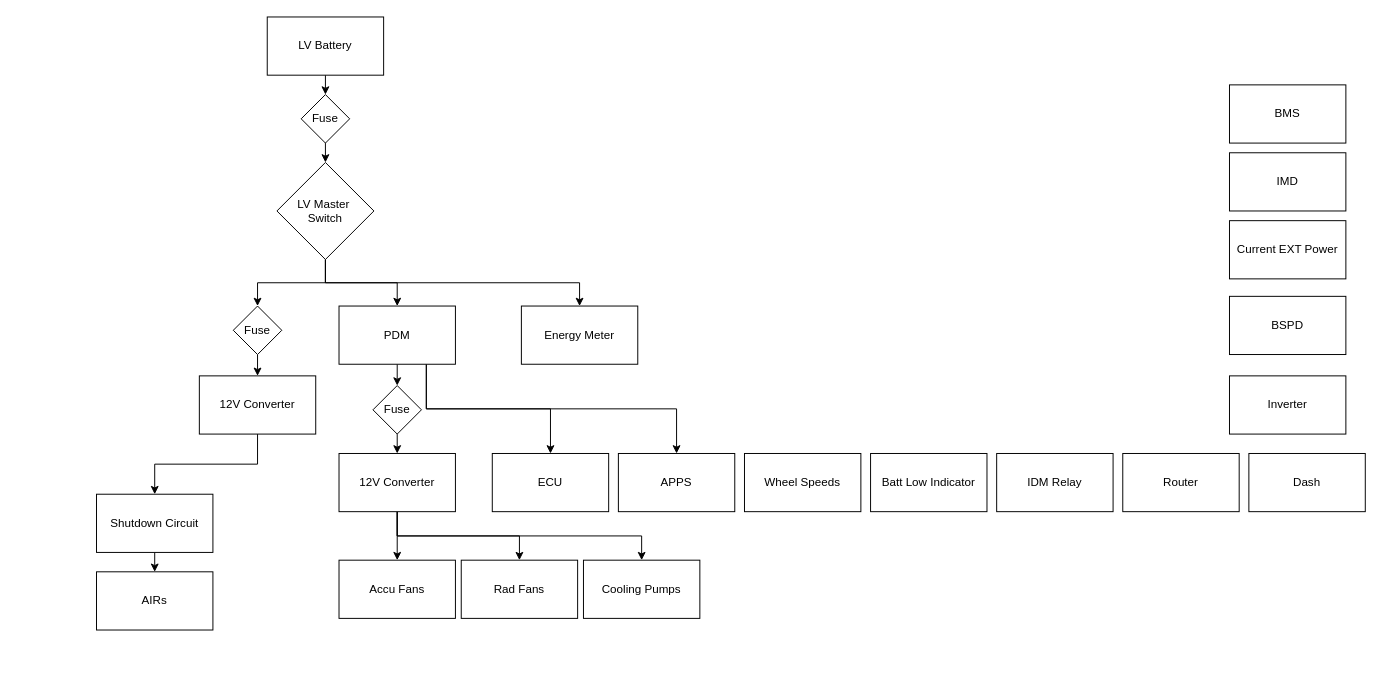
This is page "Power Connections" (1 of 5) of Diagrams/LV_Design.drawio from RensselaerMotorsport/LV, a draw.io file, before an edit. Source tidied: cells renumbered, new cells numbered last; positions are measured from the earlier drawing's top-left corner, leaving out a move shared by most shapes. Both pictures are drawn from the tidied source at 97%, with x=0, y=0 at pixel (96, 16).
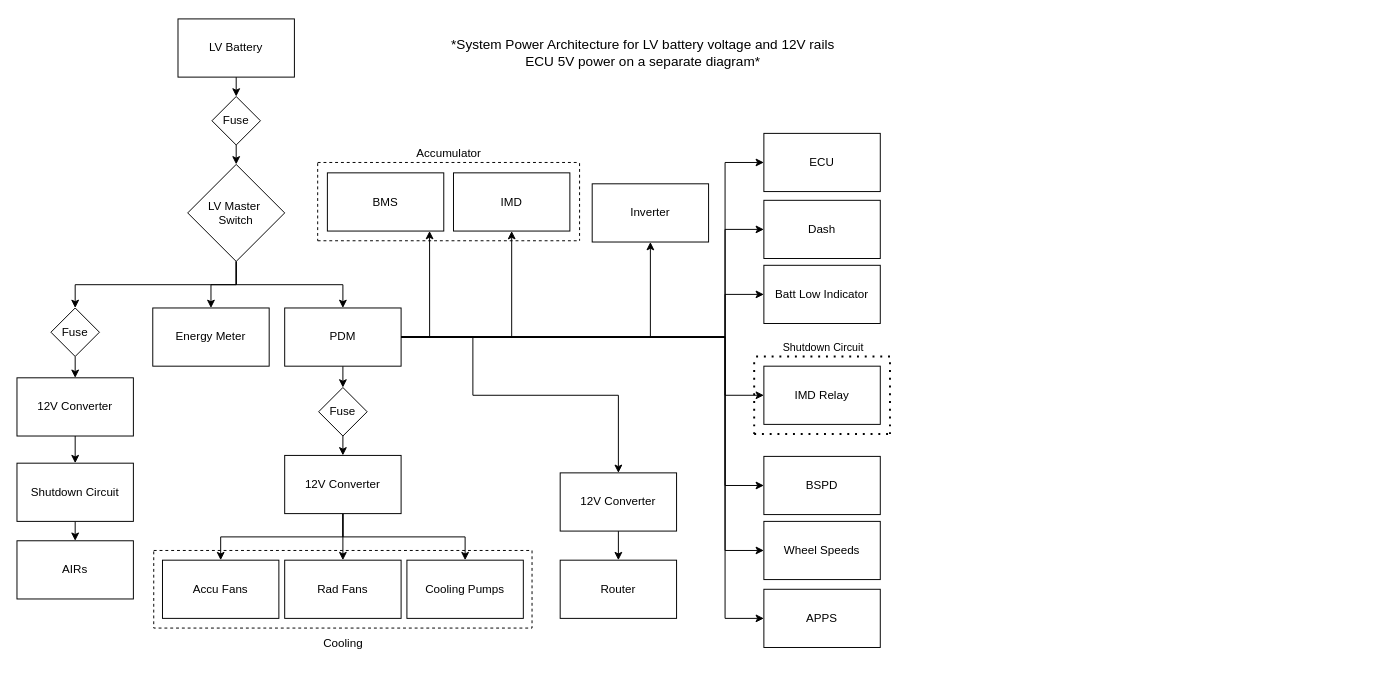
Above is the later version.

Commit message (it also covers changes not shown here):
Added Diagram for Peripheral Placement

Diff of the diagram source:
```diff
@@
     <mxCell id="3" value="LV Battery" style="rounded=0;whiteSpace=wrap;html=1;" parent="1" vertex="1">
-      <mxGeometry x="176" width="120" height="60" as="geometry" />
+      <mxGeometry x="84" y="2" width="120" height="60" as="geometry" />
     </mxCell>
@@
     <mxCell id="5" value="Shutdown Circuit" style="rounded=0;whiteSpace=wrap;html=1;" parent="1" vertex="1">
-      <mxGeometry y="492" width="120" height="60" as="geometry" />
+      <mxGeometry x="-82" y="460" width="120" height="60" as="geometry" />
     </mxCell>
     <mxCell id="6" value="AIRs" style="rounded=0;whiteSpace=wrap;html=1;" parent="1" vertex="1">
-      <mxGeometry y="572" width="120" height="60" as="geometry" />
+      <mxGeometry x="-82" y="540" width="120" height="60" as="geometry" />
     </mxCell>
@@
+    <mxCell id="43" style="edgeStyle=orthogonalEdgeStyle;rounded=0;jettySize=auto;html=1;exitX=1;exitY=0.5;exitDx=0;exitDy=0;entryX=0.5;entryY=1;entryDx=0;entryDy=0;" parent="1" edge="1" source="10" target="41">
+      <mxGeometry relative="1" as="geometry" />
+    </mxCell>
-    <mxCell id="8" style="edgeStyle=orthogonalEdgeStyle;rounded=0;jettySize=auto;html=1;exitX=0.75;exitY=1;exitDx=0;exitDy=0;entryX=0.5;entryY=0;entryDx=0;entryDy=0;" parent="1" edge="1" source="10" target="31">
-      <mxGeometry relative="1" as="geometry" />
+    <mxCell id="8" style="edgeStyle=orthogonalEdgeStyle;rounded=0;jettySize=auto;html=1;exitX=1;exitY=0.5;exitDx=0;exitDy=0;entryX=0;entryY=0.5;entryDx=0;entryDy=0;" parent="1" edge="1" source="10" target="31">
+      <mxGeometry relative="1" as="geometry">
+        <Array as="points">
+          <mxPoint x="648" y="330" />
+          <mxPoint x="648" y="150" />
+        </Array>
+      </mxGeometry>
     </mxCell>
+    <mxCell id="44" style="edgeStyle=orthogonalEdgeStyle;rounded=0;jettySize=auto;html=1;exitX=1;exitY=0.5;exitDx=0;exitDy=0;entryX=0;entryY=0.5;entryDx=0;entryDy=0;" parent="1" edge="1" source="10" target="37">
+      <mxGeometry relative="1" as="geometry">
+        <Array as="points">
+          <mxPoint x="648" y="330" />
+          <mxPoint x="648" y="219" />
+        </Array>
+      </mxGeometry>
+    </mxCell>
+    <mxCell id="45" style="edgeStyle=orthogonalEdgeStyle;rounded=0;jettySize=auto;html=1;exitX=1;exitY=0.5;exitDx=0;exitDy=0;entryX=0;entryY=0.5;entryDx=0;entryDy=0;" parent="1" edge="1" source="10" target="34">
+      <mxGeometry relative="1" as="geometry">
+        <Array as="points">
+          <mxPoint x="648" y="330" />
+          <mxPoint x="648" y="286" />
+        </Array>
+      </mxGeometry>
+    </mxCell>
+    <mxCell id="46" style="edgeStyle=orthogonalEdgeStyle;rounded=0;jettySize=auto;html=1;exitX=1;exitY=0.5;exitDx=0;exitDy=0;entryX=0;entryY=0.5;entryDx=0;entryDy=0;" parent="1" edge="1" source="10" target="53">
+      <mxGeometry relative="1" as="geometry">
+        <Array as="points">
+          <mxPoint x="648" y="330" />
+          <mxPoint x="648" y="390" />
+        </Array>
+      </mxGeometry>
+    </mxCell>
+    <mxCell id="47" style="edgeStyle=orthogonalEdgeStyle;rounded=0;jettySize=auto;html=1;exitX=1;exitY=0.5;exitDx=0;exitDy=0;entryX=0;entryY=0.5;entryDx=0;entryDy=0;" parent="1" edge="1" source="10" target="39">
+      <mxGeometry relative="1" as="geometry">
+        <Array as="points">
+          <mxPoint x="648" y="330" />
+          <mxPoint x="648" y="483" />
+        </Array>
+      </mxGeometry>
+    </mxCell>
+    <mxCell id="48" style="edgeStyle=orthogonalEdgeStyle;rounded=0;jettySize=auto;html=1;exitX=1;exitY=0.5;exitDx=0;exitDy=0;entryX=0;entryY=0.5;entryDx=0;entryDy=0;" parent="1" edge="1" source="10" target="33">
+      <mxGeometry relative="1" as="geometry">
+        <Array as="points">
+          <mxPoint x="648" y="330" />
+          <mxPoint x="648" y="550" />
+        </Array>
+      </mxGeometry>
+    </mxCell>
-    <mxCell id="9" style="edgeStyle=orthogonalEdgeStyle;rounded=0;jettySize=auto;html=1;exitX=0.75;exitY=1;exitDx=0;exitDy=0;entryX=0.5;entryY=0;entryDx=0;entryDy=0;" parent="1" edge="1" source="10" target="32">
-      <mxGeometry relative="1" as="geometry" />
+    <mxCell id="9" style="edgeStyle=orthogonalEdgeStyle;rounded=0;jettySize=auto;html=1;exitX=1;exitY=0.5;exitDx=0;exitDy=0;entryX=0;entryY=0.5;entryDx=0;entryDy=0;" parent="1" edge="1" source="10" target="32">
+      <mxGeometry relative="1" as="geometry">
+        <Array as="points">
+          <mxPoint x="648" y="330" />
+          <mxPoint x="648" y="620" />
+        </Array>
+      </mxGeometry>
     </mxCell>
+    <mxCell id="49" style="edgeStyle=orthogonalEdgeStyle;rounded=0;jettySize=auto;html=1;exitX=1;exitY=0.5;exitDx=0;exitDy=0;entryX=0.5;entryY=1;entryDx=0;entryDy=0;" parent="1" edge="1" source="10" target="38">
+      <mxGeometry relative="1" as="geometry" />
+    </mxCell>
+    <mxCell id="50" style="edgeStyle=orthogonalEdgeStyle;rounded=0;jettySize=auto;html=1;exitX=1;exitY=0.5;exitDx=0;exitDy=0;entryX=0.5;entryY=0;entryDx=0;entryDy=0;" parent="1" edge="1" source="10" target="67">
+      <mxGeometry relative="1" as="geometry">
+        <Array as="points">
+          <mxPoint x="388" y="330" />
+          <mxPoint x="388" y="390" />
+          <mxPoint x="538" y="390" />
+        </Array>
+      </mxGeometry>
+    </mxCell>
     <mxCell id="10" value="PDM" style="rounded=0;whiteSpace=wrap;html=1;" parent="1" vertex="1">
-      <mxGeometry x="250" y="298" width="120" height="60" as="geometry" />
+      <mxGeometry x="194" y="300" width="120" height="60" as="geometry" />
     </mxCell>
@@
     <mxCell id="14" value="LV Master&amp;nbsp;&lt;div&gt;Switch&lt;/div&gt;" style="rhombus;whiteSpace=wrap;html=1;" parent="1" vertex="1">
-      <mxGeometry x="186" y="150" width="100" height="100" as="geometry" />
+      <mxGeometry x="94" y="152" width="100" height="100" as="geometry" />
     </mxCell>
@@
     <mxCell id="16" value="12V Converter" style="rounded=0;whiteSpace=wrap;html=1;" parent="1" vertex="1">
-      <mxGeometry x="106" y="370" width="120" height="60" as="geometry" />
+      <mxGeometry x="-82" y="372" width="120" height="60" as="geometry" />
     </mxCell>
@@
     <mxCell id="20" value="12V Converter" style="rounded=0;whiteSpace=wrap;html=1;" parent="1" vertex="1">
-      <mxGeometry x="250" y="450" width="120" height="60" as="geometry" />
+      <mxGeometry x="194" y="452" width="120" height="60" as="geometry" />
     </mxCell>
     <mxCell id="21" value="Accu Fans" style="rounded=0;whiteSpace=wrap;html=1;" parent="1" vertex="1">
-      <mxGeometry x="250" y="560" width="120" height="60" as="geometry" />
+      <mxGeometry x="68" y="560" width="120" height="60" as="geometry" />
     </mxCell>
     <mxCell id="22" value="Rad Fans" style="rounded=0;whiteSpace=wrap;html=1;" parent="1" vertex="1">
-      <mxGeometry x="376" y="560" width="120" height="60" as="geometry" />
+      <mxGeometry x="194" y="560" width="120" height="60" as="geometry" />
     </mxCell>
     <mxCell id="23" value="Cooling Pumps" style="rounded=0;whiteSpace=wrap;html=1;" parent="1" vertex="1">
-      <mxGeometry x="502" y="560" width="120" height="60" as="geometry" />
+      <mxGeometry x="320" y="560" width="120" height="60" as="geometry" />
     </mxCell>
@@
     <mxCell id="25" value="Fuse" style="rhombus;whiteSpace=wrap;html=1;" parent="1" vertex="1">
-      <mxGeometry x="285" y="380" width="50" height="50" as="geometry" />
+      <mxGeometry x="229" y="382" width="50" height="50" as="geometry" />
     </mxCell>
@@
     <mxCell id="27" value="Fuse" style="rhombus;whiteSpace=wrap;html=1;" parent="1" vertex="1">
-      <mxGeometry x="211" y="80" width="50" height="50" as="geometry" />
+      <mxGeometry x="119" y="82" width="50" height="50" as="geometry" />
     </mxCell>
@@
     <mxCell id="29" value="Fuse" style="rhombus;whiteSpace=wrap;html=1;" parent="1" vertex="1">
-      <mxGeometry x="141" y="298" width="50" height="50" as="geometry" />
+      <mxGeometry x="-47" y="300" width="50" height="50" as="geometry" />
     </mxCell>
     <mxCell id="30" value="Energy Meter" style="rounded=0;whiteSpace=wrap;html=1;" parent="1" vertex="1">
-      <mxGeometry x="438" y="298" width="120" height="60" as="geometry" />
+      <mxGeometry x="58" y="300" width="120" height="60" as="geometry" />
     </mxCell>
+    <mxCell id="51" style="rounded=0;whiteSpace=wrap;html=1;fillColor=none;dashed=1;" parent="1" vertex="1">
+      <mxGeometry x="59" y="550" width="390" height="80" as="geometry" />
+    </mxCell>
+    <mxCell id="52" value="Cooling" style="text;html=1;align=center;verticalAlign=middle;strokeColor=none;fillColor=none;fontSize=12;" parent="1" vertex="1">
+      <mxGeometry x="224" y="631" width="60" height="30" as="geometry" />
+    </mxCell>
+    <mxCell id="33" value="Wheel Speeds" style="rounded=0;whiteSpace=wrap;html=1;" parent="1" vertex="1">
+      <mxGeometry x="688" y="520" width="120" height="60" as="geometry" />
+    </mxCell>
+    <mxCell id="34" value="Batt Low Indicator" style="rounded=0;whiteSpace=wrap;html=1;" parent="1" vertex="1">
+      <mxGeometry x="688" y="256" width="120" height="60" as="geometry" />
+    </mxCell>
+    <mxCell id="53" value="IMD Relay" style="rounded=0;whiteSpace=wrap;html=1;" parent="1" vertex="1">
+      <mxGeometry x="688" y="360" width="120" height="60" as="geometry" />
+    </mxCell>
+    <mxCell id="37" value="Dash" style="rounded=0;whiteSpace=wrap;html=1;" parent="1" vertex="1">
+      <mxGeometry x="688" y="189" width="120" height="60" as="geometry" />
+    </mxCell>
+    <mxCell id="39" value="BSPD" style="rounded=0;whiteSpace=wrap;html=1;" parent="1" vertex="1">
+      <mxGeometry x="688" y="453" width="120" height="60" as="geometry" />
+    </mxCell>
     <mxCell id="31" value="ECU" style="rounded=0;whiteSpace=wrap;html=1;" parent="1" vertex="1">
-      <mxGeometry x="408" y="450" width="120" height="60" as="geometry" />
+      <mxGeometry x="688" y="120" width="120" height="60" as="geometry" />
     </mxCell>
     <mxCell id="32" value="APPS" style="rounded=0;whiteSpace=wrap;html=1;" parent="1" vertex="1">
-      <mxGeometry x="538" y="450" width="120" height="60" as="geometry" />
+      <mxGeometry x="688" y="590" width="120" height="60" as="geometry" />
     </mxCell>
-    <mxCell id="33" value="Wheel Speeds" style="rounded=0;whiteSpace=wrap;html=1;" parent="1" vertex="1">
-      <mxGeometry x="668" y="450" width="120" height="60" as="geometry" />
-    </mxCell>
-    <mxCell id="34" value="Batt Low Indicator" style="rounded=0;whiteSpace=wrap;html=1;" parent="1" vertex="1">
-      <mxGeometry x="798" y="450" width="120" height="60" as="geometry" />
-    </mxCell>
-    <mxCell id="35" value="IDM Relay" style="rounded=0;whiteSpace=wrap;html=1;" parent="1" vertex="1">
-      <mxGeometry x="928" y="450" width="120" height="60" as="geometry" />
-    </mxCell>
-    <mxCell id="36" value="Router" style="rounded=0;whiteSpace=wrap;html=1;" parent="1" vertex="1">
-      <mxGeometry x="1058" y="450" width="120" height="60" as="geometry" />
-    </mxCell>
-    <mxCell id="37" value="Dash" style="rounded=0;whiteSpace=wrap;html=1;" parent="1" vertex="1">
-      <mxGeometry x="1188" y="450" width="120" height="60" as="geometry" />
-    </mxCell>
-    <mxCell id="38" value="Inverter" style="rounded=0;whiteSpace=wrap;html=1;" parent="1" vertex="1">
-      <mxGeometry x="1168" y="370" width="120" height="60" as="geometry" />
-    </mxCell>
-    <mxCell id="39" value="BSPD" style="rounded=0;whiteSpace=wrap;html=1;" parent="1" vertex="1">
-      <mxGeometry x="1168" y="288" width="120" height="60" as="geometry" />
-    </mxCell>
+    <mxCell id="54" style="endArrow=none;dashed=1;html=1;dashPattern=1 3;strokeWidth=2;rounded=0;" parent="1" edge="1">
+      <mxGeometry relative="1" as="geometry">
+        <mxPoint x="678" y="430" as="sourcePoint" />
+        <mxPoint x="678" y="350" as="targetPoint" />
+      </mxGeometry>
+    </mxCell>
+    <mxCell id="55" style="endArrow=none;dashed=1;html=1;dashPattern=1 3;strokeWidth=2;rounded=0;" parent="1" edge="1">
+      <mxGeometry relative="1" as="geometry">
+        <mxPoint x="818" y="430" as="sourcePoint" />
+        <mxPoint x="818" y="350" as="targetPoint" />
+      </mxGeometry>
+    </mxCell>
+    <mxCell id="56" style="endArrow=none;dashed=1;html=1;dashPattern=1 3;strokeWidth=2;rounded=0;" parent="1" edge="1">
+      <mxGeometry relative="1" as="geometry">
+        <mxPoint x="678" y="430" as="sourcePoint" />
+        <mxPoint x="818" y="430" as="targetPoint" />
+      </mxGeometry>
+    </mxCell>
+    <mxCell id="57" style="endArrow=none;dashed=1;html=1;dashPattern=1 3;strokeWidth=2;rounded=0;" parent="1" edge="1">
+      <mxGeometry relative="1" as="geometry">
+        <mxPoint x="818" y="350" as="sourcePoint" />
+        <mxPoint x="678" y="350" as="targetPoint" />
+      </mxGeometry>
+    </mxCell>
+    <mxCell id="58" value="Shutdown Circuit" style="edgeLabel;html=1;align=center;verticalAlign=middle;" parent="57" vertex="1">
+      <mxGeometry x="0.3" y="-1" relative="1" as="geometry">
+        <mxPoint x="21" y="-9" as="offset" />
+      </mxGeometry>
+    </mxCell>
+    <mxCell id="59" style="group;" parent="1" vertex="1">
+      <mxGeometry x="228" y="150" width="270" height="80.7" as="geometry" />
+    </mxCell>
-    <mxCell id="40" value="BMS" style="rounded=0;whiteSpace=wrap;html=1;" parent="1" vertex="1">
-      <mxGeometry x="1168" y="70" width="120" height="60" as="geometry" />
+    <mxCell id="40" value="BMS" style="rounded=0;whiteSpace=wrap;html=1;" parent="59" vertex="1">
+      <mxGeometry x="10" y="10.7" width="120" height="60" as="geometry" />
     </mxCell>
-    <mxCell id="41" value="IMD" style="rounded=0;whiteSpace=wrap;html=1;" parent="1" vertex="1">
-      <mxGeometry x="1168" y="140" width="120" height="60" as="geometry" />
+    <mxCell id="41" value="IMD" style="rounded=0;whiteSpace=wrap;html=1;" parent="59" vertex="1">
+      <mxGeometry x="140" y="10.7" width="120" height="60" as="geometry" />
     </mxCell>
-    <mxCell id="42" value="Current EXT Power" style="rounded=0;whiteSpace=wrap;html=1;" parent="1" vertex="1">
-      <mxGeometry x="1168" y="210" width="120" height="60" as="geometry" />
-    </mxCell>
+    <mxCell id="60" style="endArrow=none;dashed=1;html=1;rounded=0;" parent="59" edge="1">
+      <mxGeometry relative="1" as="geometry">
+        <mxPoint as="sourcePoint" />
+        <mxPoint x="270" as="targetPoint" />
+      </mxGeometry>
+    </mxCell>
+    <mxCell id="61" value="&lt;font style=&quot;font-size: 12px;&quot;&gt;Accumulator&lt;/font&gt;" style="edgeLabel;html=1;align=center;verticalAlign=middle;" parent="60" vertex="1">
+      <mxGeometry x="-0.5" relative="1" as="geometry">
+        <mxPoint x="66" y="-10" as="offset" />
+      </mxGeometry>
+    </mxCell>
+    <mxCell id="62" style="endArrow=none;dashed=1;html=1;rounded=0;" parent="59" edge="1">
+      <mxGeometry relative="1" as="geometry">
+        <mxPoint y="80.7" as="sourcePoint" />
+        <mxPoint x="270" y="80.7" as="targetPoint" />
+      </mxGeometry>
+    </mxCell>
+    <mxCell id="63" style="endArrow=none;dashed=1;html=1;rounded=0;" parent="59" edge="1">
+      <mxGeometry relative="1" as="geometry">
+        <mxPoint x="270" y="0.7" as="sourcePoint" />
+        <mxPoint x="270" y="80.7" as="targetPoint" />
+      </mxGeometry>
+    </mxCell>
+    <mxCell id="64" style="endArrow=none;dashed=1;html=1;rounded=0;" parent="59" edge="1">
+      <mxGeometry relative="1" as="geometry">
+        <mxPoint y="0.7" as="sourcePoint" />
+        <mxPoint y="80.7" as="targetPoint" />
+      </mxGeometry>
+    </mxCell>
+    <mxCell id="65" style="edgeStyle=orthogonalEdgeStyle;rounded=0;jettySize=auto;html=1;exitX=1;exitY=0.5;exitDx=0;exitDy=0;entryX=0.878;entryY=0.999;entryDx=0;entryDy=0;entryPerimeter=0;" parent="1" edge="1" source="10" target="40">
+      <mxGeometry relative="1" as="geometry" />
+    </mxCell>
+    <mxCell id="38" value="Inverter" style="rounded=0;whiteSpace=wrap;html=1;" parent="1" vertex="1">
+      <mxGeometry x="511" y="172" width="120" height="60" as="geometry" />
+    </mxCell>
+    <mxCell id="36" value="Router" style="rounded=0;whiteSpace=wrap;html=1;" parent="1" vertex="1">
+      <mxGeometry x="478" y="560" width="120" height="60" as="geometry" />
+    </mxCell>
+    <mxCell id="66" style="edgeStyle=orthogonalEdgeStyle;rounded=0;jettySize=auto;html=1;exitX=0.5;exitY=1;exitDx=0;exitDy=0;entryX=0.5;entryY=0;entryDx=0;entryDy=0;" parent="1" edge="1" source="67" target="36">
+      <mxGeometry relative="1" as="geometry" />
+    </mxCell>
+    <mxCell id="67" value="12V Converter" style="rounded=0;whiteSpace=wrap;html=1;" parent="1" vertex="1">
+      <mxGeometry x="478" y="470" width="120" height="60" as="geometry" />
+    </mxCell>
+    <mxCell id="68" value="*System Power Architec&lt;span style=&quot;background-color: initial;&quot;&gt;ture for LV battery voltage and 12V rails&lt;/span&gt;&lt;div&gt;&lt;div&gt;ECU 5V power on a separate diagram*&lt;/div&gt;&lt;/div&gt;" style="text;html=1;align=center;verticalAlign=middle;strokeColor=none;fillColor=none;fontSize=14;" parent="1" vertex="1">
+      <mxGeometry x="353" y="12" width="420" height="50" as="geometry" />
+    </mxCell>
```
